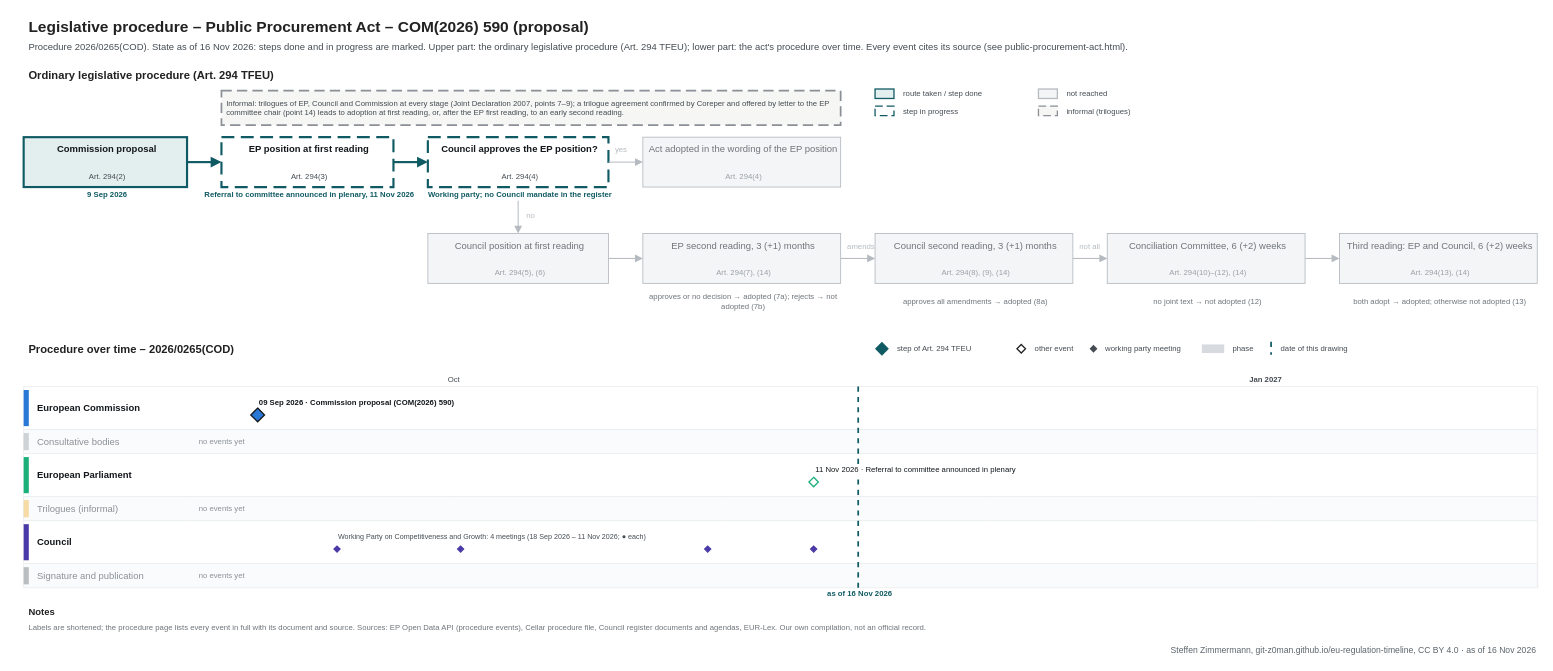
Earlier version of the draw.io diagram procedures/public-procurement-act.drawio (git-z0man/eu-regulation-timeline). Source tidied: cells renumbered, new cells numbered last; positions are measured from the earlier drawing's top-left corner, leaving out a move shared by most shapes. Both pictures are drawn from the tidied source at 86%, with x=0, y=0 at pixel (15, 15).
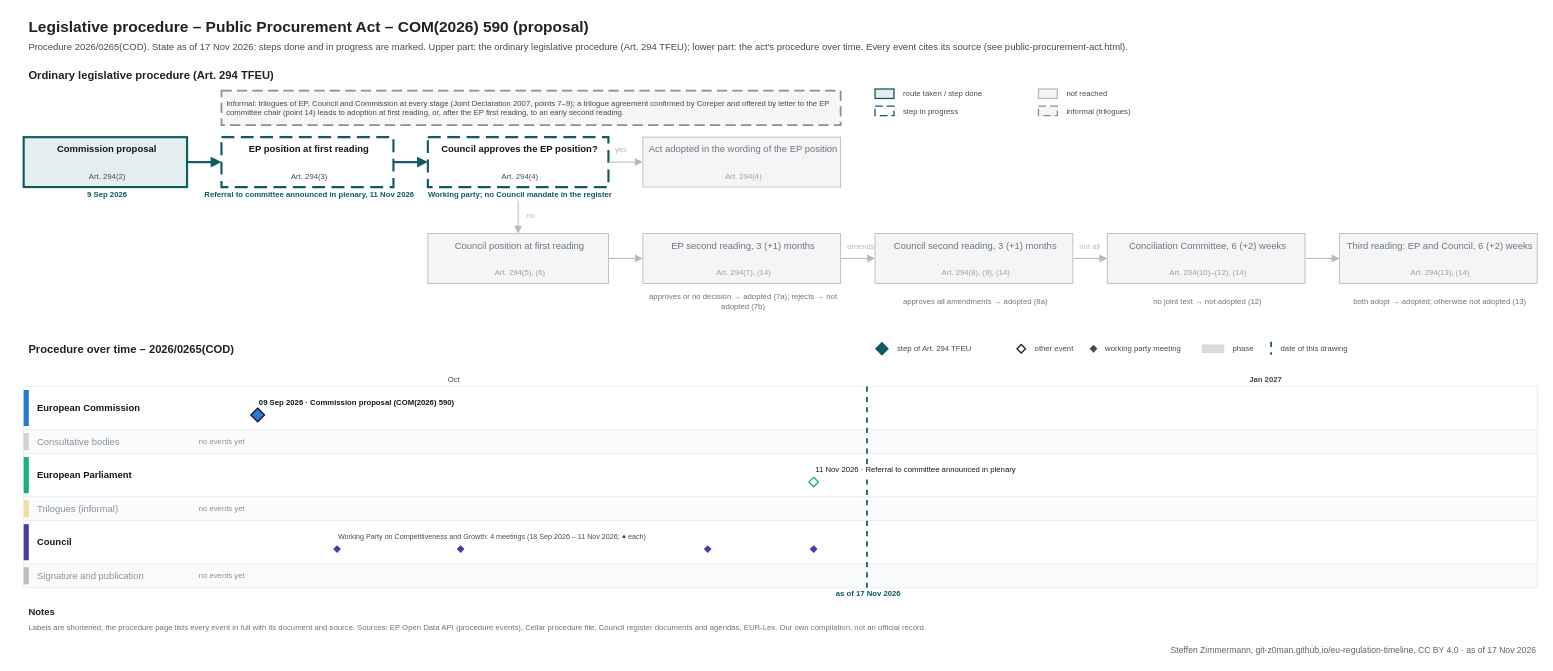
The same diagram, later.

Change to the diagram source:
```diff
@@
-    <mxCell id="3" value="Procedure 2026/0265(COD). State as of 16 Nov 2026: steps done and in progress are marked. Upper part: the ordinary legislative procedure (Art. 294 TFEU); lower part: the act's procedure over time. Every event cites its source (see public-procurement-act.html)." style="text;html=1;fontSize=11;fontColor=#454c53;align=left;verticalAlign=middle;spacingLeft=4;" parent="1" vertex="1">
+    <mxCell id="3" value="Procedure 2026/0265(COD). State as of 17 Nov 2026: steps done and in progress are marked. Upper part: the ordinary legislative procedure (Art. 294 TFEU); lower part: the act's procedure over time. Every event cites its source (see public-procurement-act.html)." style="text;html=1;fontSize=11;fontColor=#454c53;align=left;verticalAlign=middle;spacingLeft=4;" parent="1" vertex="1">
       <mxGeometry x="10" y="28" width="1700" height="18" as="geometry" />
     </mxCell>
@@
     <mxCell id="101" style="line;html=1;strokeWidth=2;strokeColor=#0f5a63;direction=south;dashed=1;" parent="1" vertex="1">
-      <mxGeometry x="979.9" y="432" width="1" height="234" as="geometry" />
+      <mxGeometry x="990.1" y="432" width="1" height="234" as="geometry" />
     </mxCell>
-    <mxCell id="102" value="as of 16 Nov 2026" style="text;html=1;fontSize=9;fontColor=#0f5a63;align=center;verticalAlign=middle;spacingLeft=4;fontStyle=1;" parent="1" vertex="1">
-      <mxGeometry x="919.9" y="667" width="120" height="12" as="geometry" />
+    <mxCell id="102" value="as of 17 Nov 2026" style="text;html=1;fontSize=9;fontColor=#0f5a63;align=center;verticalAlign=middle;spacingLeft=4;fontStyle=1;" parent="1" vertex="1">
+      <mxGeometry x="930.1" y="667" width="120" height="12" as="geometry" />
     </mxCell>
@@
-    <mxCell id="114" value="Steffen Zimmermann, git-z0man.github.io/eu-regulation-timeline, CC BY 4.0 · as of 16 Nov 2026" style="text;html=1;fontSize=10;fontColor=#5b646b;align=right;verticalAlign=middle;spacingLeft=4;" parent="1" vertex="1">
+    <mxCell id="114" value="Steffen Zimmermann, git-z0man.github.io/eu-regulation-timeline, CC BY 4.0 · as of 17 Nov 2026" style="text;html=1;fontSize=10;fontColor=#5b646b;align=right;verticalAlign=middle;spacingLeft=4;" parent="1" vertex="1">
       <mxGeometry x="10" y="730" width="1760" height="16" as="geometry" />
     </mxCell>
```
